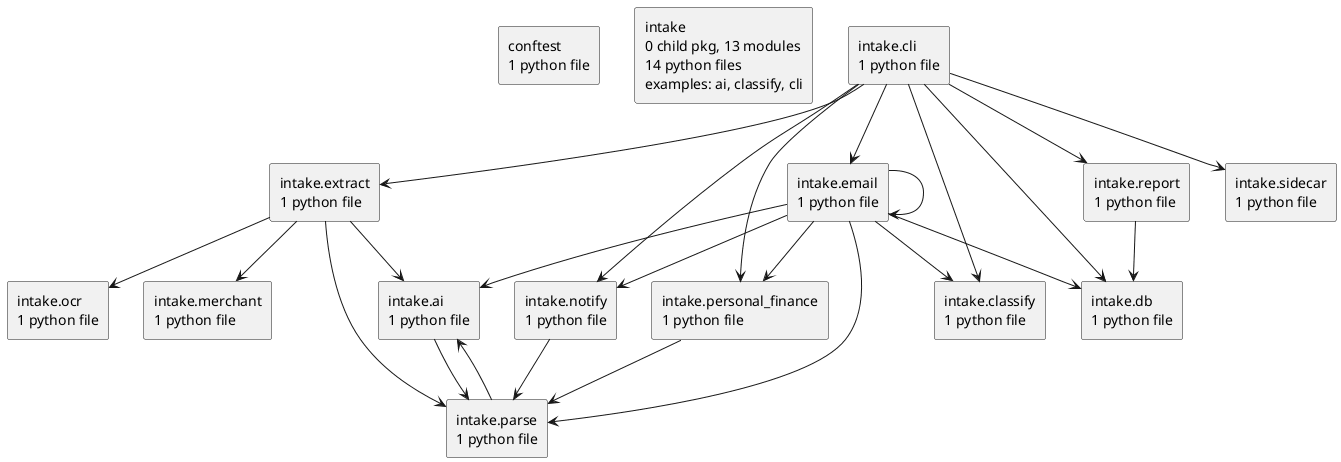
casonk/intake keeps this PlantUML diagram as docs/diagrams/python-packages.puml.png. Above is the earlier version.
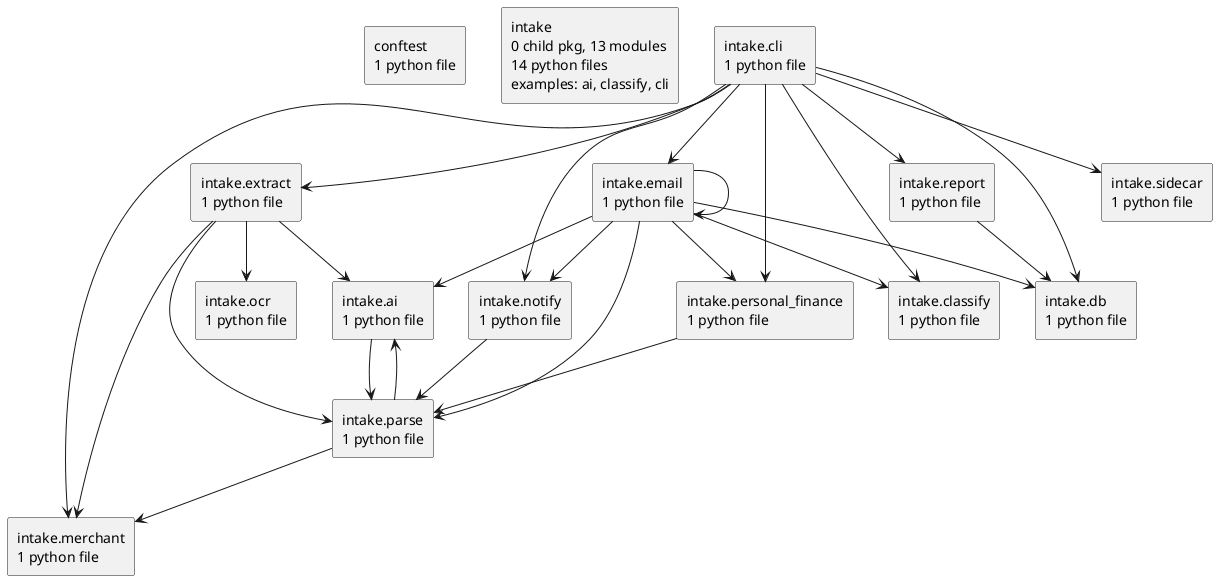
Later version of the same file.

Change to the diagram source:
```diff
@@ -22,6 +22,7 @@
 intake.cli --> intake.db
 intake.cli --> intake.email
 intake.cli --> intake.extract
+intake.cli --> intake.merchant
 intake.cli --> intake.notify
 intake.cli --> intake.personal_finance
 intake.cli --> intake.report
@@ -39,6 +40,7 @@
 intake.extract --> intake.parse
 intake.notify --> intake.parse
 intake.parse --> intake.ai
+intake.parse --> intake.merchant
 intake.personal_finance --> intake.parse
 intake.report --> intake.db
 @enduml
```
